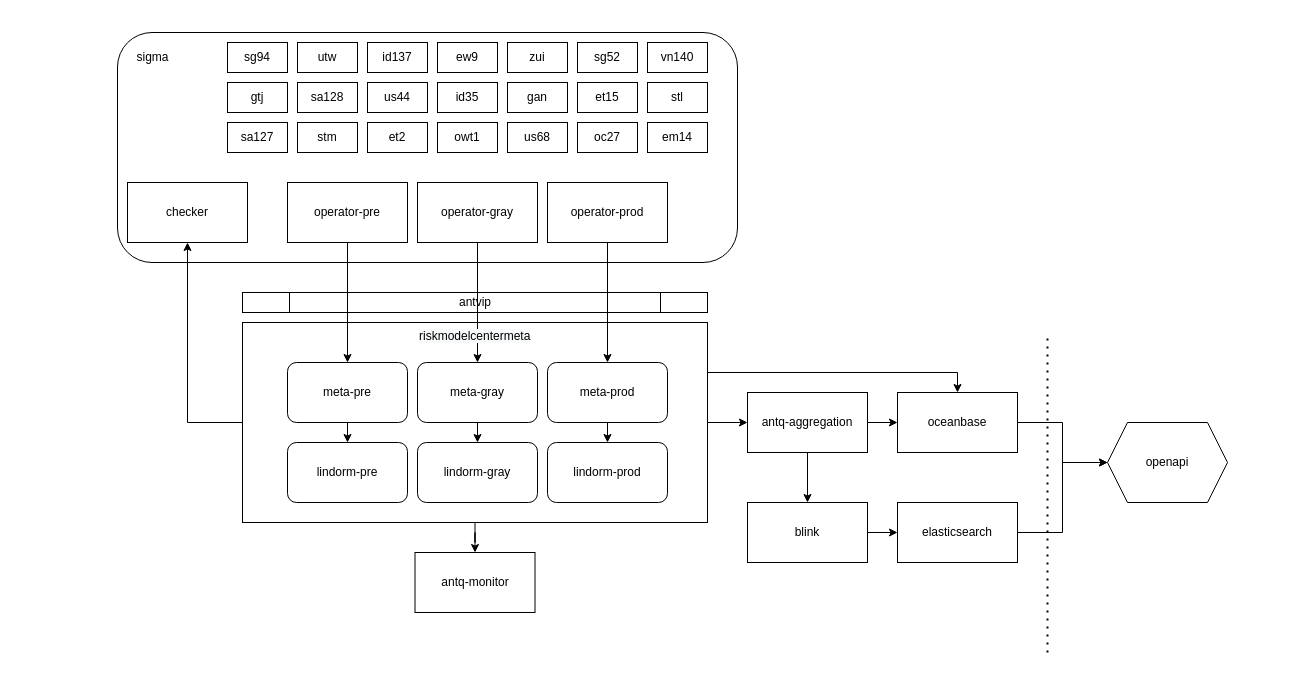
Earlier version of the draw.io diagram 蚂蚁金服/RMC/蚂蚁金服-RMC-[20200904]-分时调度数据链路.drawio (frankneu/draw.io). Source tidied: cells renumbered, new cells numbered last; positions are measured from the earlier drawing's top-left corner, leaving out a move shared by most shapes. Both pictures are drawn from the tidied source at 100%, with x=0, y=0 at pixel (117, 32).
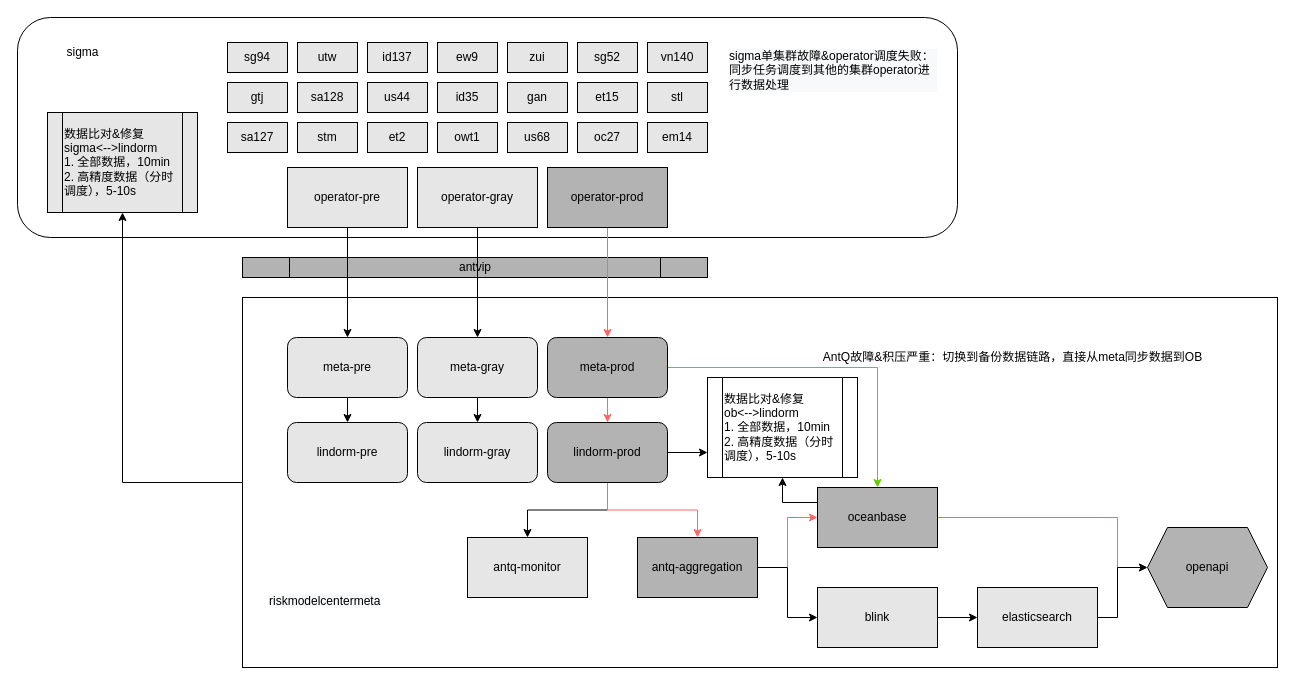
Above is the later version.

Commit message (it also covers changes not shown here):
Update 蚂蚁金服-RMC-[20200904]-分时调度数据链路.drawio

The edit, as a diff of the source:
```diff
@@
     <mxCell id="2" style="rounded=1;whiteSpace=wrap;html=1;" parent="1" vertex="1">
-      <mxGeometry width="620" height="230" as="geometry" />
+      <mxGeometry x="-100" y="-15" width="940" height="220" as="geometry" />
     </mxCell>
-    <mxCell id="3" value="gtj" style="rounded=0;whiteSpace=wrap;html=1;" parent="1" vertex="1">
+    <mxCell id="3" value="gtj" style="rounded=0;whiteSpace=wrap;html=1;fillColor=#E6E6E6;" parent="1" vertex="1">
       <mxGeometry x="110" y="50" width="60" height="30" as="geometry" />
     </mxCell>
-    <mxCell id="4" value="sa128" style="rounded=0;whiteSpace=wrap;html=1;" parent="1" vertex="1">
+    <mxCell id="4" value="sa128" style="rounded=0;whiteSpace=wrap;html=1;fillColor=#E6E6E6;" parent="1" vertex="1">
       <mxGeometry x="180" y="50" width="60" height="30" as="geometry" />
     </mxCell>
-    <mxCell id="5" value="ew9" style="rounded=0;whiteSpace=wrap;html=1;" parent="1" vertex="1">
+    <mxCell id="5" value="ew9" style="rounded=0;whiteSpace=wrap;html=1;fillColor=#E6E6E6;" parent="1" vertex="1">
       <mxGeometry x="320" y="10" width="60" height="30" as="geometry" />
     </mxCell>
-    <mxCell id="6" value="gan" style="rounded=0;whiteSpace=wrap;html=1;" parent="1" vertex="1">
+    <mxCell id="6" value="gan" style="rounded=0;whiteSpace=wrap;html=1;fillColor=#E6E6E6;" parent="1" vertex="1">
       <mxGeometry x="390" y="50" width="60" height="30" as="geometry" />
     </mxCell>
-    <mxCell id="7" value="et2" style="rounded=0;whiteSpace=wrap;html=1;" parent="1" vertex="1">
+    <mxCell id="7" value="et2" style="rounded=0;whiteSpace=wrap;html=1;fillColor=#E6E6E6;" parent="1" vertex="1">
       <mxGeometry x="250" y="90" width="60" height="30" as="geometry" />
     </mxCell>
-    <mxCell id="8" value="zui" style="rounded=0;whiteSpace=wrap;html=1;" parent="1" vertex="1">
+    <mxCell id="8" value="zui" style="rounded=0;whiteSpace=wrap;html=1;fillColor=#E6E6E6;" parent="1" vertex="1">
       <mxGeometry x="390" y="10" width="60" height="30" as="geometry" />
     </mxCell>
-    <mxCell id="9" value="et15" style="rounded=0;whiteSpace=wrap;html=1;" parent="1" vertex="1">
+    <mxCell id="9" value="et15" style="rounded=0;whiteSpace=wrap;html=1;fillColor=#E6E6E6;" parent="1" vertex="1">
       <mxGeometry x="460" y="50" width="60" height="30" as="geometry" />
     </mxCell>
-    <mxCell id="10" value="stl" style="rounded=0;whiteSpace=wrap;html=1;" parent="1" vertex="1">
+    <mxCell id="10" value="stl" style="rounded=0;whiteSpace=wrap;html=1;fillColor=#E6E6E6;" parent="1" vertex="1">
       <mxGeometry x="530" y="50" width="60" height="30" as="geometry" />
     </mxCell>
-    <mxCell id="11" value="em14" style="rounded=0;whiteSpace=wrap;html=1;" parent="1" vertex="1">
+    <mxCell id="11" value="em14" style="rounded=0;whiteSpace=wrap;html=1;fillColor=#E6E6E6;" parent="1" vertex="1">
       <mxGeometry x="530" y="90" width="60" height="30" as="geometry" />
     </mxCell>
-    <mxCell id="12" value="us68" style="rounded=0;whiteSpace=wrap;html=1;" parent="1" vertex="1">
+    <mxCell id="12" value="us68" style="rounded=0;whiteSpace=wrap;html=1;fillColor=#E6E6E6;" parent="1" vertex="1">
       <mxGeometry x="390" y="90" width="60" height="30" as="geometry" />
     </mxCell>
-    <mxCell id="13" value="owt1" style="rounded=0;whiteSpace=wrap;html=1;" parent="1" vertex="1">
+    <mxCell id="13" value="owt1" style="rounded=0;whiteSpace=wrap;html=1;fillColor=#E6E6E6;" parent="1" vertex="1">
       <mxGeometry x="320" y="90" width="60" height="30" as="geometry" />
     </mxCell>
-    <mxCell id="14" value="id137" style="rounded=0;whiteSpace=wrap;html=1;" parent="1" vertex="1">
+    <mxCell id="14" value="id137" style="rounded=0;whiteSpace=wrap;html=1;fillColor=#E6E6E6;" parent="1" vertex="1">
       <mxGeometry x="250" y="10" width="60" height="30" as="geometry" />
     </mxCell>
-    <mxCell id="15" value="id35" style="rounded=0;whiteSpace=wrap;html=1;" parent="1" vertex="1">
+    <mxCell id="15" value="id35" style="rounded=0;whiteSpace=wrap;html=1;fillColor=#E6E6E6;" parent="1" vertex="1">
       <mxGeometry x="320" y="50" width="60" height="30" as="geometry" />
     </mxCell>
-    <mxCell id="16" value="oc27" style="rounded=0;whiteSpace=wrap;html=1;" parent="1" vertex="1">
+    <mxCell id="16" value="oc27" style="rounded=0;whiteSpace=wrap;html=1;fillColor=#E6E6E6;" parent="1" vertex="1">
       <mxGeometry x="460" y="90" width="60" height="30" as="geometry" />
     </mxCell>
-    <mxCell id="17" value="us44" style="rounded=0;whiteSpace=wrap;html=1;" parent="1" vertex="1">
+    <mxCell id="17" value="us44" style="rounded=0;whiteSpace=wrap;html=1;fillColor=#E6E6E6;" parent="1" vertex="1">
       <mxGeometry x="250" y="50" width="60" height="30" as="geometry" />
     </mxCell>
-    <mxCell id="18" value="sg52" style="rounded=0;whiteSpace=wrap;html=1;" parent="1" vertex="1">
+    <mxCell id="18" value="sg52" style="rounded=0;whiteSpace=wrap;html=1;fillColor=#E6E6E6;" parent="1" vertex="1">
       <mxGeometry x="460" y="10" width="60" height="30" as="geometry" />
     </mxCell>
-    <mxCell id="19" value="vn140" style="rounded=0;whiteSpace=wrap;html=1;" parent="1" vertex="1">
+    <mxCell id="19" value="vn140" style="rounded=0;whiteSpace=wrap;html=1;fillColor=#E6E6E6;" parent="1" vertex="1">
       <mxGeometry x="530" y="10" width="60" height="30" as="geometry" />
     </mxCell>
-    <mxCell id="20" value="stm" style="rounded=0;whiteSpace=wrap;html=1;" parent="1" vertex="1">
+    <mxCell id="20" value="stm" style="rounded=0;whiteSpace=wrap;html=1;fillColor=#E6E6E6;" parent="1" vertex="1">
       <mxGeometry x="180" y="90" width="60" height="30" as="geometry" />
     </mxCell>
-    <mxCell id="21" value="sa127" style="rounded=0;whiteSpace=wrap;html=1;" parent="1" vertex="1">
+    <mxCell id="21" value="sa127" style="rounded=0;whiteSpace=wrap;html=1;fillColor=#E6E6E6;" parent="1" vertex="1">
       <mxGeometry x="110" y="90" width="60" height="30" as="geometry" />
     </mxCell>
-    <mxCell id="22" value="sg94" style="rounded=0;whiteSpace=wrap;html=1;" parent="1" vertex="1">
+    <mxCell id="22" value="sg94" style="rounded=0;whiteSpace=wrap;html=1;fillColor=#E6E6E6;" parent="1" vertex="1">
       <mxGeometry x="110" y="10" width="60" height="30" as="geometry" />
     </mxCell>
-    <mxCell id="23" value="utw" style="rounded=0;whiteSpace=wrap;html=1;" parent="1" vertex="1">
+    <mxCell id="23" value="utw" style="rounded=0;whiteSpace=wrap;html=1;fillColor=#E6E6E6;" parent="1" vertex="1">
       <mxGeometry x="180" y="10" width="60" height="30" as="geometry" />
     </mxCell>
-    <mxCell id="24" value="antvip" style="shape=process;whiteSpace=wrap;html=1;backgroundOutline=1;" parent="1" vertex="1">
-      <mxGeometry x="125" y="260" width="465" height="20" as="geometry" />
+    <mxCell id="24" value="antvip" style="shape=process;whiteSpace=wrap;html=1;backgroundOutline=1;fillColor=#B3B3B3;" parent="1" vertex="1">
+      <mxGeometry x="125" y="225" width="465" height="20" as="geometry" />
     </mxCell>
-    <mxCell id="25" style="edgeStyle=orthogonalEdgeStyle;rounded=0;jettySize=auto;html=1;exitX=1;exitY=0.5;exitDx=0;exitDy=0;entryX=0;entryY=0.5;entryDx=0;entryDy=0;" parent="1" edge="1" source="27" target="38">
-      <mxGeometry relative="1" as="geometry" />
-    </mxCell>
-    <mxCell id="26" style="edgeStyle=orthogonalEdgeStyle;rounded=0;jettySize=auto;html=1;exitX=1;exitY=0.25;exitDx=0;exitDy=0;entryX=0.5;entryY=0;entryDx=0;entryDy=0;" parent="1" edge="1" source="27" target="40">
-      <mxGeometry relative="1" as="geometry">
-        <Array as="points">
-          <mxPoint x="840" y="340" />
-        </Array>
-      </mxGeometry>
-    </mxCell>
+    <mxCell id="60" style="edgeStyle=orthogonalEdgeStyle;rounded=0;jettySize=auto;html=1;exitX=0;exitY=0.5;exitDx=0;exitDy=0;entryX=0.5;entryY=1;entryDx=0;entryDy=0;" parent="1" edge="1" source="27" target="66">
+      <mxGeometry relative="1" as="geometry" />
+    </mxCell>
     <mxCell id="27" style="rounded=0;whiteSpace=wrap;html=1;" parent="1" vertex="1">
-      <mxGeometry x="125" y="290" width="465" height="200" as="geometry" />
+      <mxGeometry x="125" y="265" width="1035" height="370" as="geometry" />
     </mxCell>
@@
-    <mxCell id="29" value="operator-pre" style="rounded=0;whiteSpace=wrap;html=1;" parent="1" vertex="1">
-      <mxGeometry x="170" y="150" width="120" height="60" as="geometry" />
+    <mxCell id="29" value="operator-pre" style="rounded=0;whiteSpace=wrap;html=1;fillColor=#E6E6E6;" parent="1" vertex="1">
+      <mxGeometry x="170" y="135" width="120" height="60" as="geometry" />
     </mxCell>
@@
-    <mxCell id="31" value="&lt;span&gt;operator-gray&lt;/span&gt;" style="rounded=0;whiteSpace=wrap;html=1;" parent="1" vertex="1">
-      <mxGeometry x="300" y="150" width="120" height="60" as="geometry" />
+    <mxCell id="31" value="&lt;span&gt;operator-gray&lt;/span&gt;" style="rounded=0;whiteSpace=wrap;html=1;fillColor=#E6E6E6;" parent="1" vertex="1">
+      <mxGeometry x="300" y="135" width="120" height="60" as="geometry" />
     </mxCell>
-    <mxCell id="32" style="edgeStyle=orthogonalEdgeStyle;rounded=0;jettySize=auto;html=1;exitX=0.5;exitY=1;exitDx=0;exitDy=0;entryX=0.5;entryY=0;entryDx=0;entryDy=0;" parent="1" edge="1" source="33" target="55">
+    <mxCell id="32" style="edgeStyle=orthogonalEdgeStyle;rounded=0;jettySize=auto;html=1;exitX=0.5;exitY=1;exitDx=0;exitDy=0;entryX=0.5;entryY=0;entryDx=0;entryDy=0;strokeColor=#FF6666;" parent="1" edge="1" source="33" target="55">
       <mxGeometry relative="1" as="geometry" />
     </mxCell>
-    <mxCell id="33" value="&lt;span&gt;operator-prod&lt;/span&gt;" style="rounded=0;whiteSpace=wrap;html=1;" parent="1" vertex="1">
-      <mxGeometry x="430" y="150" width="120" height="60" as="geometry" />
+    <mxCell id="33" value="&lt;span&gt;operator-prod&lt;/span&gt;" style="rounded=0;whiteSpace=wrap;html=1;fillColor=#B3B3B3;" parent="1" vertex="1">
+      <mxGeometry x="430" y="135" width="120" height="60" as="geometry" />
     </mxCell>
-    <mxCell id="34" style="edgeStyle=orthogonalEdgeStyle;rounded=0;jettySize=auto;html=1;exitX=0;exitY=0.5;exitDx=0;exitDy=0;" parent="1" edge="1" source="27" target="41">
-      <mxGeometry relative="1" as="geometry" />
-    </mxCell>
-    <mxCell id="35" style="edgeStyle=orthogonalEdgeStyle;rounded=0;jettySize=auto;html=1;exitX=0.5;exitY=1;exitDx=0;exitDy=0;" parent="1" edge="1" source="27" target="48">
-      <mxGeometry relative="1" as="geometry" />
-    </mxCell>
-    <mxCell id="36" style="edgeStyle=orthogonalEdgeStyle;rounded=0;jettySize=auto;html=1;" parent="1" edge="1" source="38" target="40">
+    <mxCell id="36" style="edgeStyle=orthogonalEdgeStyle;rounded=0;jettySize=auto;html=1;entryX=0;entryY=0.5;entryDx=0;entryDy=0;fillColor=#E6E6E6;strokeColor=#FF6666;" parent="1" edge="1" source="38" target="40">
       <mxGeometry relative="1" as="geometry" />
     </mxCell>
-    <mxCell id="37" style="edgeStyle=orthogonalEdgeStyle;rounded=0;jettySize=auto;html=1;" parent="1" edge="1" source="38" target="45">
+    <mxCell id="37" style="edgeStyle=orthogonalEdgeStyle;rounded=0;jettySize=auto;html=1;fillColor=#E6E6E6;" parent="1" edge="1" source="38" target="45">
       <mxGeometry relative="1" as="geometry" />
     </mxCell>
-    <mxCell id="38" value="antq-aggregation" style="whiteSpace=wrap;html=1;rounded=0;" parent="1" vertex="1">
-      <mxGeometry x="630" y="360" width="120" height="60" as="geometry" />
+    <mxCell id="38" value="antq-aggregation" style="whiteSpace=wrap;html=1;rounded=0;fillColor=#B3B3B3;" parent="1" vertex="1">
+      <mxGeometry x="520" y="505" width="120" height="60" as="geometry" />
     </mxCell>
-    <mxCell id="39" style="edgeStyle=orthogonalEdgeStyle;rounded=0;jettySize=auto;html=1;" parent="1" edge="1" source="40" target="43">
-      <mxGeometry relative="1" as="geometry" />
+    <mxCell id="39" style="edgeStyle=orthogonalEdgeStyle;rounded=0;jettySize=auto;html=1;fillColor=#E6E6E6;strokeColor=#FF6666;" parent="1" edge="1" source="40" target="43">
+      <mxGeometry relative="1" as="geometry">
+        <Array as="points">
+          <mxPoint x="1000" y="485" />
+          <mxPoint x="1000" y="535" />
+        </Array>
+      </mxGeometry>
     </mxCell>
+    <mxCell id="61" style="edgeStyle=orthogonalEdgeStyle;rounded=0;jettySize=auto;html=1;exitX=0;exitY=0.25;exitDx=0;exitDy=0;entryX=0.5;entryY=1;entryDx=0;entryDy=0;fillColor=#E6E6E6;" parent="1" edge="1" source="40" target="67">
+      <mxGeometry relative="1" as="geometry" />
+    </mxCell>
-    <mxCell id="40" value="oceanbase" style="whiteSpace=wrap;html=1;rounded=0;" parent="1" vertex="1">
-      <mxGeometry x="780" y="360" width="120" height="60" as="geometry" />
+    <mxCell id="40" value="oceanbase" style="whiteSpace=wrap;html=1;rounded=0;fillColor=#B3B3B3;" parent="1" vertex="1">
+      <mxGeometry x="700" y="455" width="120" height="60" as="geometry" />
     </mxCell>
-    <mxCell id="41" value="checker" style="whiteSpace=wrap;html=1;rounded=0;" parent="1" vertex="1">
-      <mxGeometry x="10" y="150" width="120" height="60" as="geometry" />
-    </mxCell>
-    <mxCell id="42" style="endArrow=none;dashed=1;html=1;dashPattern=1 3;strokeWidth=2;" parent="1" edge="1">
-      <mxGeometry relative="1" as="geometry">
-        <mxPoint x="930" y="620" as="sourcePoint" />
-        <mxPoint x="930" y="300" as="targetPoint" />
-      </mxGeometry>
-    </mxCell>
-    <mxCell id="43" value="openapi" style="shape=hexagon;perimeter=hexagonPerimeter2;whiteSpace=wrap;html=1;fixedSize=1;rounded=0;" parent="1" vertex="1">
-      <mxGeometry x="990" y="390" width="120" height="80" as="geometry" />
+    <mxCell id="43" value="openapi" style="shape=hexagon;perimeter=hexagonPerimeter2;whiteSpace=wrap;html=1;fixedSize=1;rounded=0;fillColor=#B3B3B3;" parent="1" vertex="1">
+      <mxGeometry x="1030" y="495" width="120" height="80" as="geometry" />
     </mxCell>
-    <mxCell id="44" style="edgeStyle=orthogonalEdgeStyle;rounded=0;jettySize=auto;html=1;" parent="1" edge="1" source="45" target="47">
+    <mxCell id="44" style="edgeStyle=orthogonalEdgeStyle;rounded=0;jettySize=auto;html=1;fillColor=#E6E6E6;" parent="1" edge="1" source="45" target="47">
       <mxGeometry relative="1" as="geometry" />
     </mxCell>
-    <mxCell id="45" value="blink" style="whiteSpace=wrap;html=1;rounded=0;" parent="1" vertex="1">
-      <mxGeometry x="630" y="470" width="120" height="60" as="geometry" />
+    <mxCell id="45" value="blink" style="whiteSpace=wrap;html=1;rounded=0;fillColor=#E6E6E6;" parent="1" vertex="1">
+      <mxGeometry x="700" y="555" width="120" height="60" as="geometry" />
     </mxCell>
-    <mxCell id="46" style="edgeStyle=orthogonalEdgeStyle;rounded=0;jettySize=auto;html=1;exitX=1;exitY=0.5;exitDx=0;exitDy=0;entryX=0;entryY=0.5;entryDx=0;entryDy=0;" parent="1" edge="1" source="47" target="43">
-      <mxGeometry relative="1" as="geometry" />
+    <mxCell id="46" style="edgeStyle=orthogonalEdgeStyle;rounded=0;jettySize=auto;html=1;exitX=1;exitY=0.5;exitDx=0;exitDy=0;entryX=0;entryY=0.5;entryDx=0;entryDy=0;fillColor=#E6E6E6;" parent="1" edge="1" source="47" target="43">
+      <mxGeometry relative="1" as="geometry">
+        <Array as="points">
+          <mxPoint x="1000" y="585" />
+          <mxPoint x="1000" y="535" />
+        </Array>
+      </mxGeometry>
     </mxCell>
-    <mxCell id="47" value="elasticsearch" style="whiteSpace=wrap;html=1;rounded=0;" parent="1" vertex="1">
-      <mxGeometry x="780" y="470" width="120" height="60" as="geometry" />
+    <mxCell id="47" value="elasticsearch" style="whiteSpace=wrap;html=1;rounded=0;fillColor=#E6E6E6;" parent="1" vertex="1">
+      <mxGeometry x="860" y="555" width="120" height="60" as="geometry" />
     </mxCell>
-    <mxCell id="48" value="antq-monitor" style="whiteSpace=wrap;html=1;rounded=0;" parent="1" vertex="1">
-      <mxGeometry x="297.5" y="520" width="120" height="60" as="geometry" />
+    <mxCell id="48" value="antq-monitor" style="whiteSpace=wrap;html=1;rounded=0;fillColor=#E6E6E6;" parent="1" vertex="1">
+      <mxGeometry x="350" y="505" width="120" height="60" as="geometry" />
     </mxCell>
     <mxCell id="49" value="&lt;span style=&quot;color: rgb(0, 0, 0); font-family: helvetica; font-size: 12px; font-style: normal; font-weight: 400; letter-spacing: normal; text-align: center; text-indent: 0px; text-transform: none; word-spacing: 0px; background-color: rgb(248, 249, 250); display: inline; float: none;&quot;&gt;riskmodelcentermeta&lt;/span&gt;" style="text;whiteSpace=wrap;html=1;" parent="1" vertex="1">
-      <mxGeometry x="300" y="290" width="140" height="30" as="geometry" />
+      <mxGeometry x="150" y="555" width="140" height="30" as="geometry" />
     </mxCell>
-    <mxCell id="50" style="edgeStyle=orthogonalEdgeStyle;rounded=0;jettySize=auto;html=1;exitX=0.5;exitY=1;exitDx=0;exitDy=0;entryX=0.5;entryY=0;entryDx=0;entryDy=0;" parent="1" edge="1" source="51" target="56">
+    <mxCell id="50" style="edgeStyle=orthogonalEdgeStyle;rounded=0;jettySize=auto;html=1;exitX=0.5;exitY=1;exitDx=0;exitDy=0;entryX=0.5;entryY=0;entryDx=0;entryDy=0;fillColor=#E6E6E6;" parent="1" edge="1" source="51" target="56">
       <mxGeometry relative="1" as="geometry" />
     </mxCell>
-    <mxCell id="51" value="meta-pre" style="rounded=1;whiteSpace=wrap;html=1;" parent="1" vertex="1">
-      <mxGeometry x="170" y="330" width="120" height="60" as="geometry" />
+    <mxCell id="51" value="meta-pre" style="rounded=1;whiteSpace=wrap;html=1;fillColor=#E6E6E6;" parent="1" vertex="1">
+      <mxGeometry x="170" y="305" width="120" height="60" as="geometry" />
     </mxCell>
-    <mxCell id="52" style="edgeStyle=orthogonalEdgeStyle;rounded=0;jettySize=auto;html=1;exitX=0.5;exitY=1;exitDx=0;exitDy=0;entryX=0.5;entryY=0;entryDx=0;entryDy=0;" parent="1" edge="1" source="53" target="57">
+    <mxCell id="52" style="edgeStyle=orthogonalEdgeStyle;rounded=0;jettySize=auto;html=1;exitX=0.5;exitY=1;exitDx=0;exitDy=0;entryX=0.5;entryY=0;entryDx=0;entryDy=0;fillColor=#E6E6E6;" parent="1" edge="1" source="53" target="57">
       <mxGeometry relative="1" as="geometry" />
     </mxCell>
-    <mxCell id="53" value="meta-gray" style="rounded=1;whiteSpace=wrap;html=1;" parent="1" vertex="1">
-      <mxGeometry x="300" y="330" width="120" height="60" as="geometry" />
+    <mxCell id="53" value="meta-gray" style="rounded=1;whiteSpace=wrap;html=1;fillColor=#E6E6E6;" parent="1" vertex="1">
+      <mxGeometry x="300" y="305" width="120" height="60" as="geometry" />
     </mxCell>
-    <mxCell id="54" style="edgeStyle=orthogonalEdgeStyle;rounded=0;jettySize=auto;html=1;exitX=0.5;exitY=1;exitDx=0;exitDy=0;entryX=0.5;entryY=0;entryDx=0;entryDy=0;" parent="1" edge="1" source="55" target="58">
+    <mxCell id="54" style="edgeStyle=orthogonalEdgeStyle;rounded=0;jettySize=auto;html=1;exitX=0.5;exitY=1;exitDx=0;exitDy=0;entryX=0.5;entryY=0;entryDx=0;entryDy=0;fillColor=#E6E6E6;strokeColor=#FF6666;" parent="1" edge="1" source="55" target="58">
       <mxGeometry relative="1" as="geometry" />
     </mxCell>
+    <mxCell id="62" style="edgeStyle=orthogonalEdgeStyle;rounded=0;jettySize=auto;html=1;exitX=1;exitY=0.5;exitDx=0;exitDy=0;entryX=0.5;entryY=0;entryDx=0;entryDy=0;fillColor=#FFFF99;strokeColor=#66CC00;" parent="1" edge="1" source="55" target="40">
+      <mxGeometry relative="1" as="geometry" />
+    </mxCell>
-    <mxCell id="55" value="meta-prod" style="rounded=1;whiteSpace=wrap;html=1;" parent="1" vertex="1">
-      <mxGeometry x="430" y="330" width="120" height="60" as="geometry" />
+    <mxCell id="55" value="meta-prod" style="rounded=1;whiteSpace=wrap;html=1;fillColor=#B3B3B3;" parent="1" vertex="1">
+      <mxGeometry x="430" y="305" width="120" height="60" as="geometry" />
     </mxCell>
-    <mxCell id="56" value="lindorm-pre" style="rounded=1;whiteSpace=wrap;html=1;" parent="1" vertex="1">
-      <mxGeometry x="170" y="410" width="120" height="60" as="geometry" />
+    <mxCell id="56" value="lindorm-pre" style="rounded=1;whiteSpace=wrap;html=1;fillColor=#E6E6E6;" parent="1" vertex="1">
+      <mxGeometry x="170" y="390" width="120" height="60" as="geometry" />
     </mxCell>
-    <mxCell id="57" value="lindorm-gray" style="rounded=1;whiteSpace=wrap;html=1;" parent="1" vertex="1">
-      <mxGeometry x="300" y="410" width="120" height="60" as="geometry" />
+    <mxCell id="57" value="lindorm-gray" style="rounded=1;whiteSpace=wrap;html=1;fillColor=#E6E6E6;" parent="1" vertex="1">
+      <mxGeometry x="300" y="390" width="120" height="60" as="geometry" />
     </mxCell>
+    <mxCell id="63" style="edgeStyle=orthogonalEdgeStyle;rounded=0;jettySize=auto;html=1;exitX=0.5;exitY=1;exitDx=0;exitDy=0;entryX=0.5;entryY=0;entryDx=0;entryDy=0;fillColor=#E6E6E6;" parent="1" edge="1" source="58" target="48">
+      <mxGeometry relative="1" as="geometry" />
+    </mxCell>
+    <mxCell id="64" style="edgeStyle=orthogonalEdgeStyle;rounded=0;jettySize=auto;html=1;exitX=1;exitY=0.5;exitDx=0;exitDy=0;entryX=0;entryY=0.75;entryDx=0;entryDy=0;" parent="1" edge="1" source="58" target="67">
+      <mxGeometry relative="1" as="geometry" />
+    </mxCell>
+    <mxCell id="65" style="edgeStyle=orthogonalEdgeStyle;rounded=0;jettySize=auto;html=1;exitX=0.5;exitY=1;exitDx=0;exitDy=0;entryX=0.5;entryY=0;entryDx=0;entryDy=0;fillColor=#E6E6E6;strokeColor=#FF6666;" parent="1" edge="1" source="58" target="38">
+      <mxGeometry relative="1" as="geometry" />
+    </mxCell>
-    <mxCell id="58" value="lindorm-prod" style="rounded=1;whiteSpace=wrap;html=1;" parent="1" vertex="1">
-      <mxGeometry x="430" y="410" width="120" height="60" as="geometry" />
+    <mxCell id="58" value="lindorm-prod" style="rounded=1;whiteSpace=wrap;html=1;fillColor=#B3B3B3;" parent="1" vertex="1">
+      <mxGeometry x="430" y="390" width="120" height="60" as="geometry" />
     </mxCell>
     <mxCell id="59" value="sigma" style="text;html=1;align=center;verticalAlign=middle;" parent="1" vertex="1">
-      <mxGeometry x="10" y="15" width="50" height="20" as="geometry" />
+      <mxGeometry x="-60" y="10" width="50" height="20" as="geometry" />
     </mxCell>
+    <mxCell id="66" value="&lt;span&gt;数据比对&lt;/span&gt;&amp;amp;修复&lt;span&gt;&lt;br&gt;sigma&amp;lt;--&amp;gt;lindorm&lt;/span&gt;&lt;br&gt;&lt;span&gt;1. 全部数据，10min&lt;/span&gt;&lt;br&gt;&lt;span&gt;2. 高精度数据（分时调度），5-10s&lt;/span&gt;" style="shape=process;whiteSpace=wrap;html=1;backgroundOutline=1;fillColor=#E6E6E6;align=left;" parent="1" vertex="1">
+      <mxGeometry x="-70" y="80" width="150" height="100" as="geometry" />
+    </mxCell>
+    <mxCell id="67" value="&lt;span&gt;数据比对&amp;amp;修复&amp;nbsp;&lt;br&gt;ob&amp;lt;--&amp;gt;lindorm&lt;/span&gt;&lt;br&gt;&lt;span&gt;1. 全部数据，10min&lt;/span&gt;&lt;br&gt;&lt;span&gt;2. 高精度数据（分时调度），5-10s&lt;/span&gt;" style="shape=process;whiteSpace=wrap;html=1;backgroundOutline=1;fillColor=#FFFFFF;align=left;" parent="1" vertex="1">
+      <mxGeometry x="590" y="345" width="150" height="100" as="geometry" />
+    </mxCell>
+    <mxCell id="68" value="&lt;div style=&quot;text-align: left&quot;&gt;&lt;br&gt;&lt;/div&gt;" style="text;html=1;align=center;verticalAlign=middle;" parent="1" vertex="1">
+      <mxGeometry x="860" y="-5" width="20" height="20" as="geometry" />
+    </mxCell>
+    <mxCell id="69" value="&lt;div style=&quot;color: rgb(0 , 0 , 0) ; font-family: &amp;#34;helvetica&amp;#34; ; font-size: 12px ; font-style: normal ; font-weight: 400 ; letter-spacing: normal ; text-indent: 0px ; text-transform: none ; word-spacing: 0px ; background-color: rgb(248 , 249 , 250) ; text-align: left&quot;&gt;sigma单集群故障&amp;amp;operator调度失败：&lt;/div&gt;&lt;div style=&quot;color: rgb(0 , 0 , 0) ; font-family: &amp;#34;helvetica&amp;#34; ; font-size: 12px ; font-style: normal ; font-weight: 400 ; letter-spacing: normal ; text-indent: 0px ; text-transform: none ; word-spacing: 0px ; background-color: rgb(248 , 249 , 250) ; text-align: left&quot;&gt;同步任务调度到其他的集群operator进行数据处理&lt;/div&gt;" style="text;whiteSpace=wrap;html=1;" parent="1" vertex="1">
+      <mxGeometry x="610" y="10" width="210" height="40" as="geometry" />
+    </mxCell>
+    <mxCell id="70" value="AntQ故障&amp;amp;积压严重：切换到备份数据链路，直接从meta同步数据到OB" style="text;html=1;align=center;verticalAlign=middle;" parent="1" vertex="1">
+      <mxGeometry x="700" y="315" width="390" height="20" as="geometry" />
+    </mxCell>
```
